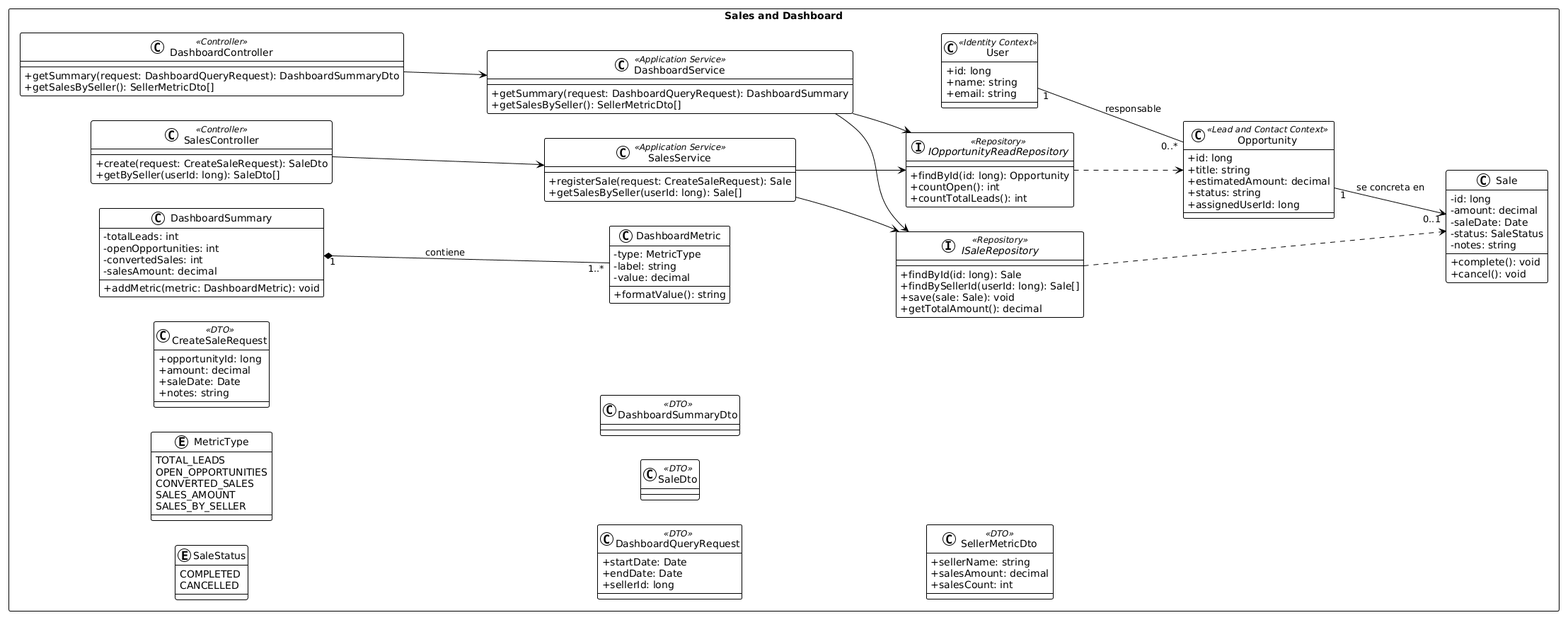
This is Resources/classDiagramSalesDashboard.png from 202620-1asi0730-8074-novascale/novascale-report, a PlantUML export, as it was before one commit. Source of this version:
```plantuml
@startuml
!theme plain
skinparam classAttributeIconSize 0
skinparam packageStyle rectangle
left to right direction

package "Sales and Dashboard" {

  enum SaleStatus {
    COMPLETED
    CANCELLED
  }

  enum MetricType {
    TOTAL_LEADS
    OPEN_OPPORTUNITIES
    CONVERTED_SALES
    SALES_AMOUNT
    SALES_BY_SELLER
  }

  class User <<Identity Context>> {
    +id: long
    +name: string
    +email: string
  }

  class Opportunity <<Lead and Contact Context>> {
    +id: long
    +title: string
    +estimatedAmount: decimal
    +status: string
    +assignedUserId: long
  }

  class Sale {
    -id: long
    -amount: decimal
    -saleDate: Date
    -status: SaleStatus
    -notes: string
    +complete(): void
    +cancel(): void
  }

  class DashboardMetric {
    -type: MetricType
    -label: string
    -value: decimal
    +formatValue(): string
  }

  class DashboardSummary {
    -totalLeads: int
    -openOpportunities: int
    -convertedSales: int
    -salesAmount: decimal
    +addMetric(metric: DashboardMetric): void
  }

  class SalesController <<Controller>> {
    +create(request: CreateSaleRequest): SaleDto
    +getBySeller(userId: long): SaleDto[]
  }

  class DashboardController <<Controller>> {
    +getSummary(request: DashboardQueryRequest): DashboardSummaryDto
    +getSalesBySeller(): SellerMetricDto[]
  }

  class SalesService <<Application Service>> {
    +registerSale(request: CreateSaleRequest): Sale
    +getSalesBySeller(userId: long): Sale[]
  }

  class DashboardService <<Application Service>> {
    +getSummary(request: DashboardQueryRequest): DashboardSummary
    +getSalesBySeller(): SellerMetricDto[]
  }

  interface ISaleRepository <<Repository>> {
    +findById(id: long): Sale
    +findBySellerId(userId: long): Sale[]
    +save(sale: Sale): void
    +getTotalAmount(): decimal
  }

  interface IOpportunityReadRepository <<Repository>> {
    +findById(id: long): Opportunity
    +countOpen(): int
    +countTotalLeads(): int
  }

  class CreateSaleRequest <<DTO>> {
    +opportunityId: long
    +amount: decimal
    +saleDate: Date
    +notes: string
  }

  class DashboardQueryRequest <<DTO>> {
    +startDate: Date
    +endDate: Date
    +sellerId: long
  }

  class SaleDto <<DTO>>
  class DashboardSummaryDto <<DTO>>
  class SellerMetricDto <<DTO>> {
    +sellerName: string
    +salesAmount: decimal
    +salesCount: int
  }
}

Opportunity "1" --> "0..1" Sale : se concreta en
User "1" -- "0..*" Opportunity : responsable
DashboardSummary "1" *-- "1..*" DashboardMetric : contiene

SalesController --> SalesService
DashboardController --> DashboardService

SalesService --> ISaleRepository
SalesService --> IOpportunityReadRepository

DashboardService --> ISaleRepository
DashboardService --> IOpportunityReadRepository

ISaleRepository ..> Sale
IOpportunityReadRepository ..> Opportunity
@enduml
```
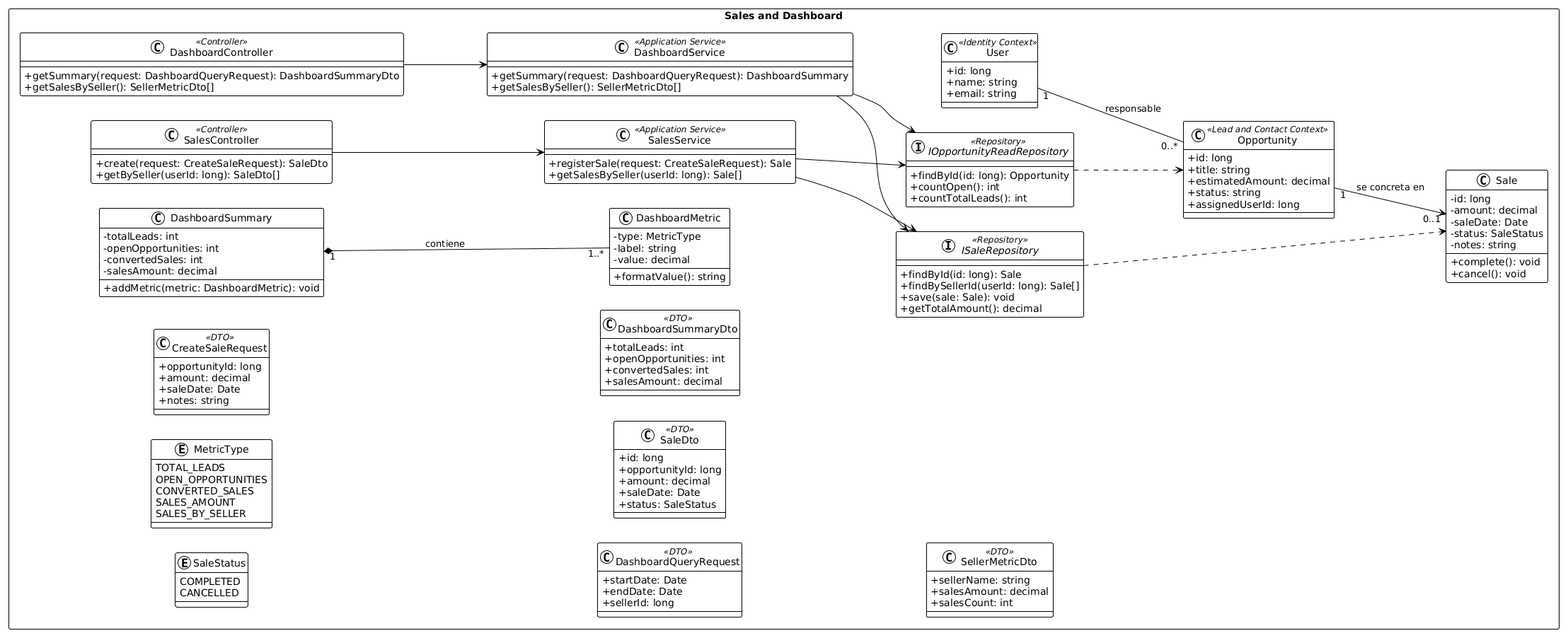
After the change.

Change to the diagram source:
```diff
@@ -104,8 +104,21 @@
     +sellerId: long
   }
 
-  class SaleDto <<DTO>>
-  class DashboardSummaryDto <<DTO>>
+  class SaleDto <<DTO>> {
+    +id: long
+    +opportunityId: long
+    +amount: decimal
+    +saleDate: Date
+    +status: SaleStatus
+  }
+
+  class DashboardSummaryDto <<DTO>> {
+    +totalLeads: int
+    +openOpportunities: int
+    +convertedSales: int
+    +salesAmount: decimal
+  }
+
   class SellerMetricDto <<DTO>> {
     +sellerName: string
     +salesAmount: decimal
```
